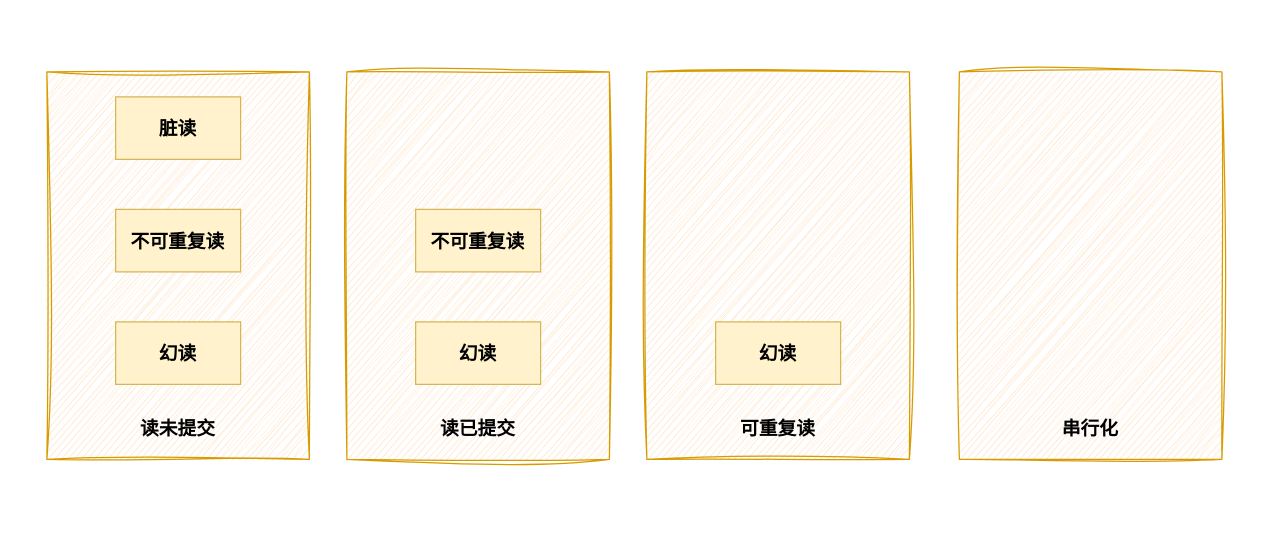
Earlier version of the draw.io diagram dir_d/mysql_isolate_1.drawio (lewiskyo/test_git). Source tidied: cells renumbered, new cells numbered last; positions are measured from the earlier drawing's top-left corner, leaving out a move shared by most shapes. Both pictures are drawn from the tidied source at 125%, with x=0, y=0 at pixel (46, 71).
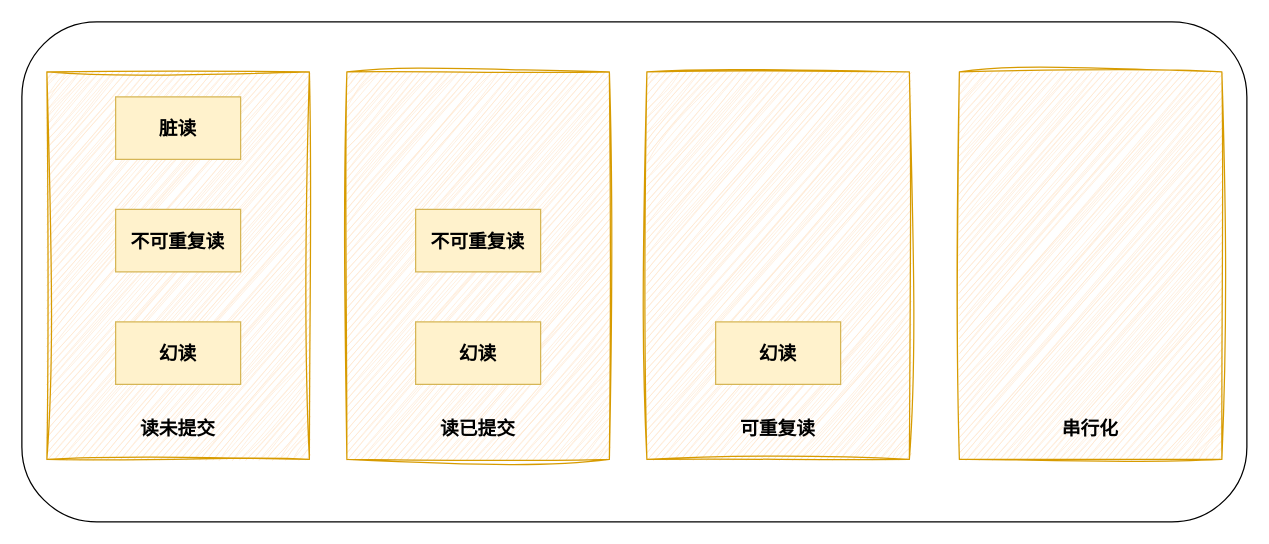
Above is the later version.

Diff of the diagram source:
```diff
@@
+    <mxCell id="20" style="rounded=1;whiteSpace=wrap;html=1;" parent="1" vertex="1">
+      <mxGeometry x="-20" y="-40" width="980" height="400" as="geometry" />
+    </mxCell>
```
